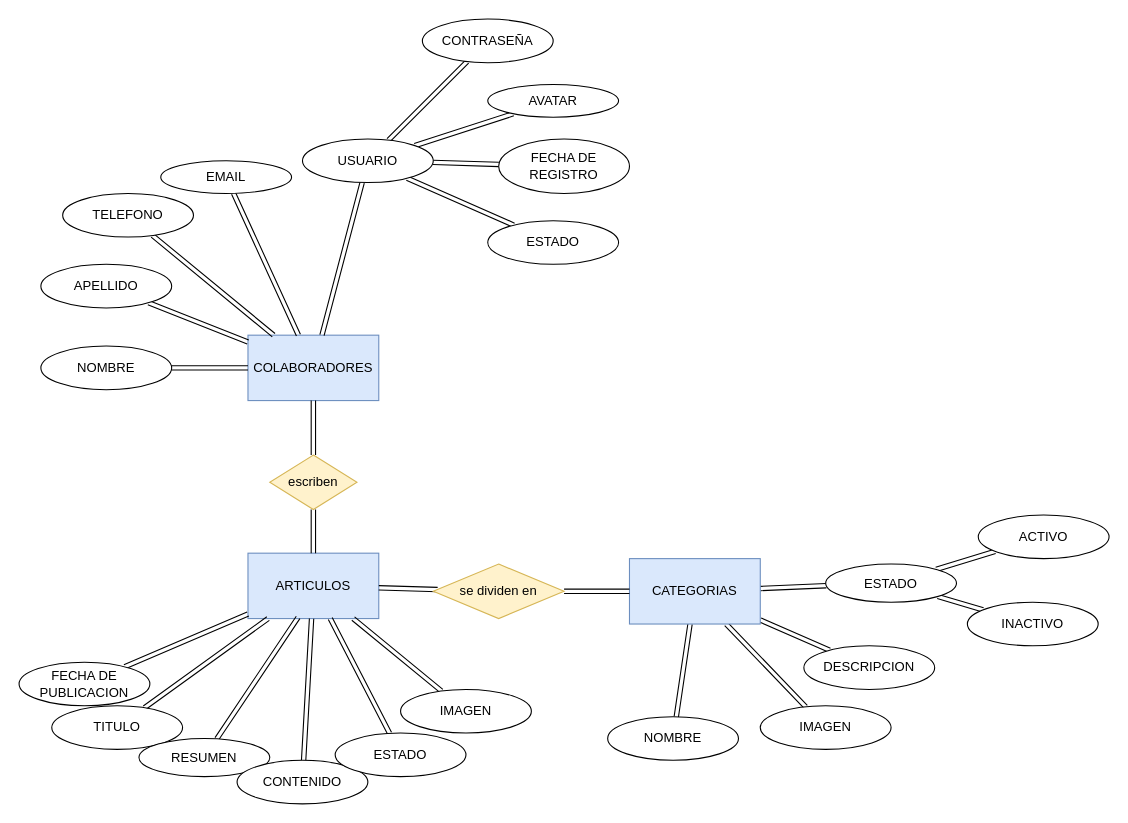
Before: Diagrama sin título.drawio in AilenChA/2023.info.com8, a draw.io diagram. Source tidied: cells renumbered, new cells numbered last; positions are measured from the earlier drawing's top-left corner, leaving out a move shared by most shapes. Both pictures are drawn from the tidied source at 109%, with x=0, y=0 at pixel (19, 19).
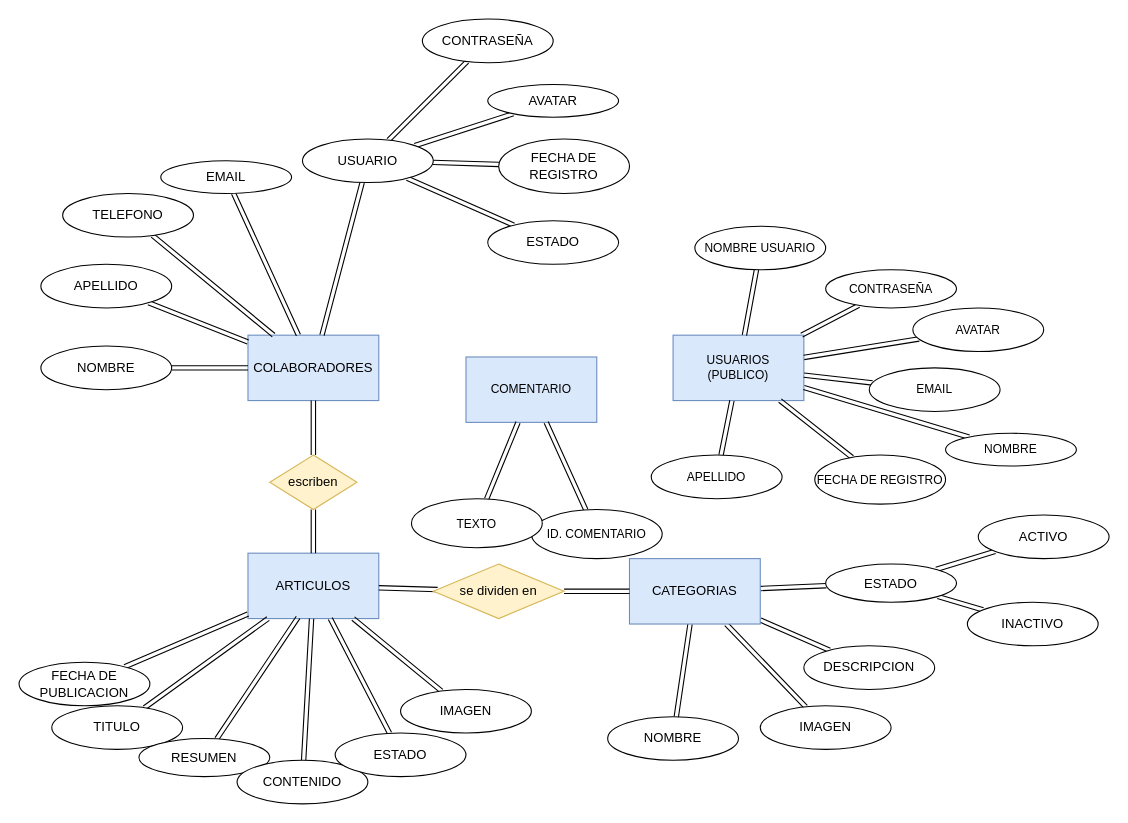
The same diagram, later.

Diff of the diagram source:
```diff
@@
+    <mxCell id="53" value="USUARIOS&lt;br&gt;(PUBLICO)" style="rounded=0;whiteSpace=wrap;html=1;fontFamily=Helvetica;fontSize=11;fillColor=#dae8fc;strokeColor=#6c8ebf;" parent="1" vertex="1">
+      <mxGeometry x="600" y="290" width="120" height="60" as="geometry" />
+    </mxCell>
+    <mxCell id="54" style="edgeStyle=none;shape=link;rounded=0;jettySize=auto;html=1;labelBackgroundColor=default;strokeColor=default;fontFamily=Helvetica;fontSize=11;fontColor=default;endArrow=classic;" parent="1" edge="1" source="55" target="53">
+      <mxGeometry relative="1" as="geometry" />
+    </mxCell>
+    <mxCell id="55" value="NOMBRE" style="ellipse;whiteSpace=wrap;html=1;fontFamily=Helvetica;fontSize=11;fontColor=default;" parent="1" vertex="1">
+      <mxGeometry x="850" y="380" width="120" height="30" as="geometry" />
+    </mxCell>
+    <mxCell id="56" style="edgeStyle=none;shape=link;rounded=0;jettySize=auto;html=1;labelBackgroundColor=default;strokeColor=default;fontFamily=Helvetica;fontSize=11;fontColor=default;endArrow=classic;" parent="1" edge="1" source="57" target="53">
+      <mxGeometry relative="1" as="geometry" />
+    </mxCell>
+    <mxCell id="57" value="APELLIDO" style="ellipse;whiteSpace=wrap;html=1;fontFamily=Helvetica;fontSize=11;fontColor=default;" parent="1" vertex="1">
+      <mxGeometry x="580" y="400" width="120" height="40" as="geometry" />
+    </mxCell>
+    <mxCell id="58" style="edgeStyle=none;shape=link;rounded=0;jettySize=auto;html=1;labelBackgroundColor=default;strokeColor=default;fontFamily=Helvetica;fontSize=11;fontColor=default;endArrow=classic;" parent="1" edge="1" source="59" target="53">
+      <mxGeometry relative="1" as="geometry" />
+    </mxCell>
+    <mxCell id="59" value="NOMBRE USUARIO" style="ellipse;whiteSpace=wrap;html=1;fontFamily=Helvetica;fontSize=11;fontColor=default;" parent="1" vertex="1">
+      <mxGeometry x="620" y="190" width="120" height="40" as="geometry" />
+    </mxCell>
+    <mxCell id="60" style="edgeStyle=none;shape=link;rounded=0;jettySize=auto;html=1;labelBackgroundColor=default;strokeColor=default;fontFamily=Helvetica;fontSize=11;fontColor=default;endArrow=classic;" parent="1" edge="1" source="61" target="53">
+      <mxGeometry relative="1" as="geometry" />
+    </mxCell>
+    <mxCell id="61" value="AVATAR" style="ellipse;whiteSpace=wrap;html=1;fontFamily=Helvetica;fontSize=11;fontColor=default;" parent="1" vertex="1">
+      <mxGeometry x="820" y="265" width="120" height="40" as="geometry" />
+    </mxCell>
+    <mxCell id="62" style="edgeStyle=none;shape=link;rounded=0;jettySize=auto;html=1;labelBackgroundColor=default;strokeColor=default;fontFamily=Helvetica;fontSize=11;fontColor=default;endArrow=classic;" parent="1" edge="1" source="63" target="53">
+      <mxGeometry relative="1" as="geometry" />
+    </mxCell>
+    <mxCell id="63" value="FECHA DE REGISTRO" style="ellipse;whiteSpace=wrap;html=1;fontFamily=Helvetica;fontSize=11;fontColor=default;" parent="1" vertex="1">
+      <mxGeometry x="730" y="400" width="120" height="45" as="geometry" />
+    </mxCell>
+    <mxCell id="64" style="edgeStyle=none;shape=link;rounded=0;jettySize=auto;html=1;labelBackgroundColor=default;strokeColor=default;fontFamily=Helvetica;fontSize=11;fontColor=default;endArrow=classic;" parent="1" edge="1" source="65" target="53">
+      <mxGeometry relative="1" as="geometry" />
+    </mxCell>
+    <mxCell id="65" value="EMAIL" style="ellipse;whiteSpace=wrap;html=1;fontFamily=Helvetica;fontSize=11;fontColor=default;" parent="1" vertex="1">
+      <mxGeometry x="780" y="320" width="120" height="40" as="geometry" />
+    </mxCell>
+    <mxCell id="66" style="edgeStyle=none;shape=link;rounded=0;jettySize=auto;html=1;labelBackgroundColor=default;strokeColor=default;fontFamily=Helvetica;fontSize=11;fontColor=default;endArrow=classic;" parent="1" edge="1" source="67" target="53">
+      <mxGeometry relative="1" as="geometry" />
+    </mxCell>
+    <mxCell id="67" value="CONTRASEÑA" style="ellipse;whiteSpace=wrap;html=1;fontFamily=Helvetica;fontSize=11;fontColor=default;" parent="1" vertex="1">
+      <mxGeometry x="740" y="230" width="120" height="35" as="geometry" />
+    </mxCell>
+    <mxCell id="68" value="COMENTARIO" style="rounded=0;whiteSpace=wrap;html=1;fontFamily=Helvetica;fontSize=11;fillColor=#dae8fc;strokeColor=#6c8ebf;" parent="1" vertex="1">
+      <mxGeometry x="410" y="310" width="120" height="60" as="geometry" />
+    </mxCell>
+    <mxCell id="69" style="edgeStyle=none;shape=link;rounded=0;jettySize=auto;html=1;labelBackgroundColor=default;strokeColor=default;fontFamily=Helvetica;fontSize=11;fontColor=default;endArrow=classic;" parent="1" edge="1" source="70" target="68">
+      <mxGeometry relative="1" as="geometry" />
+    </mxCell>
+    <mxCell id="70" value="ID. COMENTARIO" style="ellipse;whiteSpace=wrap;html=1;fontFamily=Helvetica;fontSize=11;fontColor=default;" parent="1" vertex="1">
+      <mxGeometry x="470" y="450" width="120" height="45" as="geometry" />
+    </mxCell>
+    <mxCell id="71" style="edgeStyle=none;shape=link;rounded=0;jettySize=auto;html=1;labelBackgroundColor=default;strokeColor=default;fontFamily=Helvetica;fontSize=11;fontColor=default;endArrow=classic;" parent="1" edge="1" source="72" target="68">
+      <mxGeometry relative="1" as="geometry" />
+    </mxCell>
+    <mxCell id="72" value="TEXTO" style="ellipse;whiteSpace=wrap;html=1;fontFamily=Helvetica;fontSize=11;fontColor=default;" parent="1" vertex="1">
+      <mxGeometry x="360" y="440" width="120" height="45" as="geometry" />
+    </mxCell>
```
